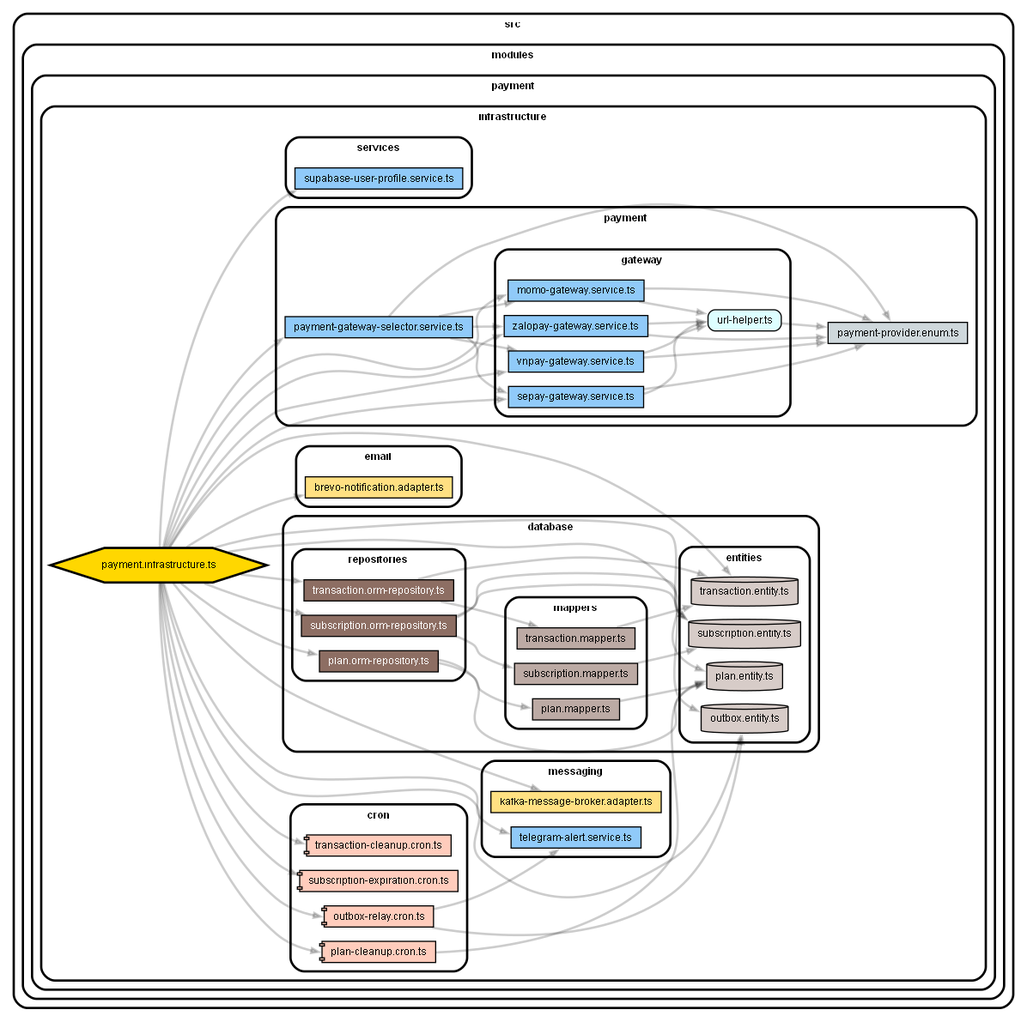
The Graphviz diagram docs/pictures/architecture-infrastructure.png in 20206205Tech/code-payment-service, before a commit. Its source is kept beside it as docs/pictures/architecture-infrastructure.dot.
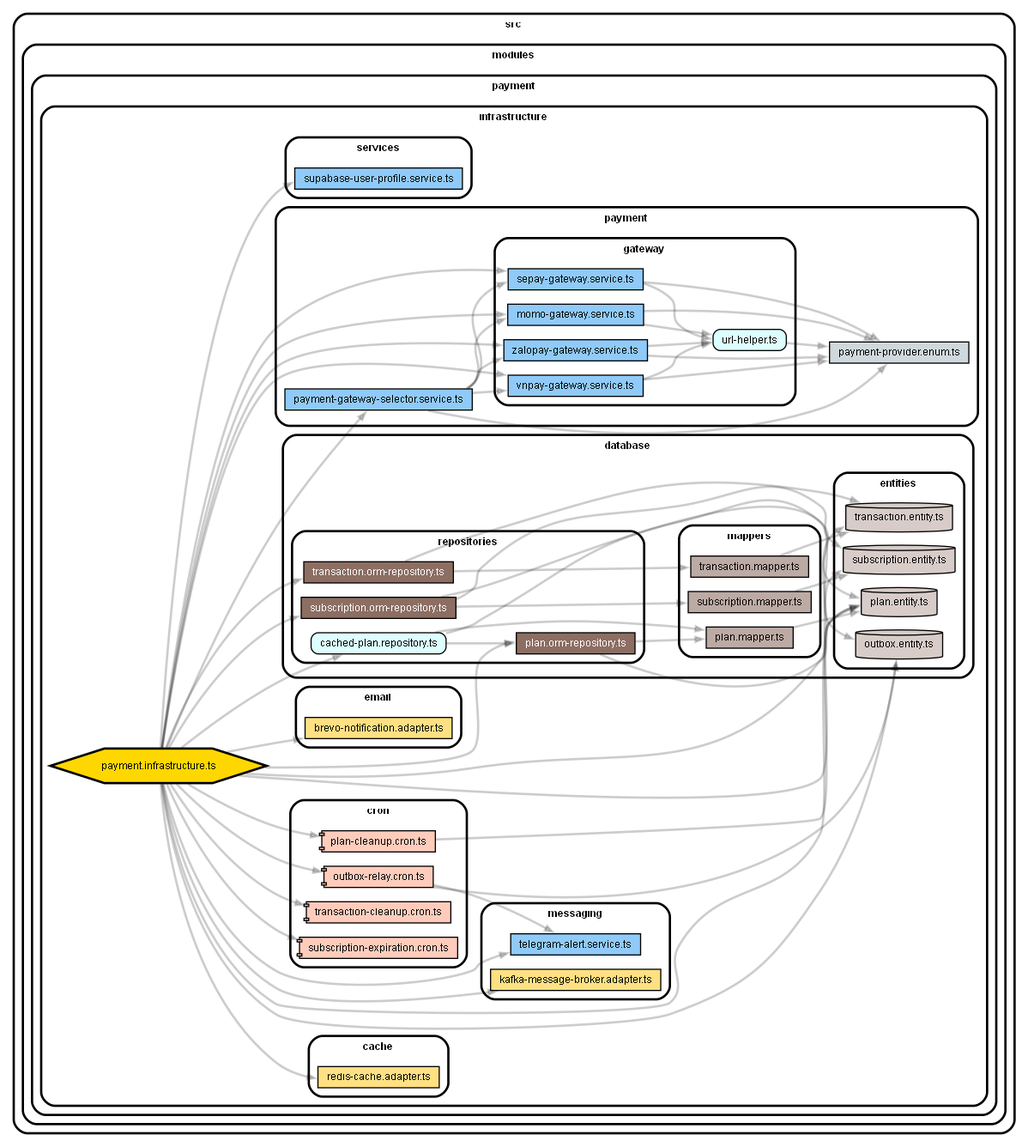
After the change.

What changed in the source:
```diff
@@ -3,6 +3,7 @@
     node [shape="box" style="rounded, filled" height="0.2" color="black" fillcolor="#ffffcc" fontcolor="black" fontname="Helvetica" fontsize="9"]
     edge [arrowhead="normal" arrowsize="0.6" penwidth="2.0" color="#00000033" fontname="Helvetica" fontsize="9"]
 
+    subgraph "cluster_src" {label="src" subgraph "cluster_src/modules" {label="modules" subgraph "cluster_src/modules/payment" {label="payment" subgraph "cluster_src/modules/payment/infrastructure" {label="infrastructure" subgraph "cluster_src/modules/payment/infrastructure/cache" {label="cache" "src/modules/payment/infrastructure/cache/redis-cache.adapter.ts" [label=<redis-cache.adapter.ts> tooltip="redis-cache.adapter.ts" URL="src/modules/payment/infrastructure/cache/redis-cache.adapter.ts" fillcolor="#ffe082" style="filled"] } } } } }
     subgraph "cluster_src" {label="src" subgraph "cluster_src/modules" {label="modules" subgraph "cluster_src/modules/payment" {label="payment" subgraph "cluster_src/modules/payment/infrastructure" {label="infrastructure" subgraph "cluster_src/modules/payment/infrastructure/cron" {label="cron" "src/modules/payment/infrastructure/cron/outbox-relay.cron.ts" [label=<outbox-relay.cron.ts> tooltip="outbox-relay.cron.ts" URL="src/modules/payment/infrastructure/cron/outbox-relay.cron.ts" fillcolor="#ffccbc" style="filled" shape="component"] } } } } }
     "src/modules/payment/infrastructure/cron/outbox-relay.cron.ts" -> "src/modules/payment/infrastructure/database/entities/outbox.entity.ts"
     "src/modules/payment/infrastructure/cron/outbox-relay.cron.ts" -> "src/modules/payment/infrastructure/messaging/telegram-alert.service.ts"
@@ -20,6 +21,10 @@
     "src/modules/payment/infrastructure/database/mappers/subscription.mapper.ts" -> "src/modules/payment/infrastructure/database/entities/subscription.entity.ts"
     subgraph "cluster_src" {label="src" subgraph "cluster_src/modules" {label="modules" subgraph "cluster_src/modules/payment" {label="payment" subgraph "cluster_src/modules/payment/infrastructure" {label="infrastructure" subgraph "cluster_src/modules/payment/infrastructure/database" {label="database" subgraph "cluster_src/modules/payment/infrastructure/database/mappers" {label="mappers" "src/modules/payment/infrastructure/database/mappers/transaction.mapper.ts" [label=<transaction.mapper.ts> tooltip="transaction.mapper.ts" URL="src/modules/payment/infrastructure/database/mappers/transaction.mapper.ts" fillcolor="#bcaaa4" style="filled"] } } } } } }
     "src/modules/payment/infrastructure/database/mappers/transaction.mapper.ts" -> "src/modules/payment/infrastructure/database/entities/transaction.entity.ts"
+    subgraph "cluster_src" {label="src" subgraph "cluster_src/modules" {label="modules" subgraph "cluster_src/modules/payment" {label="payment" subgraph "cluster_src/modules/payment/infrastructure" {label="infrastructure" subgraph "cluster_src/modules/payment/infrastructure/database" {label="database" subgraph "cluster_src/modules/payment/infrastructure/database/repositories" {label="repositories" "src/modules/payment/infrastructure/database/repositories/cached-plan.repository.ts" [label=<cached-plan.repository.ts> tooltip="cached-plan.repository.ts" URL="src/modules/payment/infrastructure/database/repositories/cached-plan.repository.ts" fillcolor="#ddfeff"] } } } } } }
+    "src/modules/payment/infrastructure/database/repositories/cached-plan.repository.ts" -> "src/modules/payment/infrastructure/database/entities/plan.entity.ts"
+    "src/modules/payment/infrastructure/database/repositories/cached-plan.repository.ts" -> "src/modules/payment/infrastructure/database/mappers/plan.mapper.ts"
+    "src/modules/payment/infrastructure/database/repositories/cached-plan.repository.ts" -> "src/modules/payment/infrastructure/database/repositories/plan.orm-repository.ts"
     subgraph "cluster_src" {label="src" subgraph "cluster_src/modules" {label="modules" subgraph "cluster_src/modules/payment" {label="payment" subgraph "cluster_src/modules/payment/infrastructure" {label="infrastructure" subgraph "cluster_src/modules/payment/infrastructure/database" {label="database" subgraph "cluster_src/modules/payment/infrastructure/database/repositories" {label="repositories" "src/modules/payment/infrastructure/database/repositories/plan.orm-repository.ts" [label=<plan.orm-repository.ts> tooltip="plan.orm-repository.ts" URL="src/modules/payment/infrastructure/database/repositories/plan.orm-repository.ts" fillcolor="#8d6e63" style="filled" fontcolor="white"] } } } } } }
     "src/modules/payment/infrastructure/database/repositories/plan.orm-repository.ts" -> "src/modules/payment/infrastructure/database/entities/plan.entity.ts"
     "src/modules/payment/infrastructure/database/repositories/plan.orm-repository.ts" -> "src/modules/payment/infrastructure/database/mappers/plan.mapper.ts"
@@ -34,6 +39,7 @@
     subgraph "cluster_src" {label="src" subgraph "cluster_src/modules" {label="modules" subgraph "cluster_src/modules/payment" {label="payment" subgraph "cluster_src/modules/payment/infrastructure" {label="infrastructure" subgraph "cluster_src/modules/payment/infrastructure/messaging" {label="messaging" "src/modules/payment/infrastructure/messaging/kafka-message-broker.adapter.ts" [label=<kafka-message-broker.adapter.ts> tooltip="kafka-message-broker.adapter.ts" URL="src/modules/payment/infrastructure/messaging/kafka-message-broker.adapter.ts" fillcolor="#ffe082" style="filled"] } } } } }
     subgraph "cluster_src" {label="src" subgraph "cluster_src/modules" {label="modules" subgraph "cluster_src/modules/payment" {label="payment" subgraph "cluster_src/modules/payment/infrastructure" {label="infrastructure" subgraph "cluster_src/modules/payment/infrastructure/messaging" {label="messaging" "src/modules/payment/infrastructure/messaging/telegram-alert.service.ts" [label=<telegram-alert.service.ts> tooltip="telegram-alert.service.ts" URL="src/modules/payment/infrastructure/messaging/telegram-alert.service.ts" fillcolor="#90caf9" style="filled"] } } } } }
     subgraph "cluster_src" {label="src" subgraph "cluster_src/modules" {label="modules" subgraph "cluster_src/modules/payment" {label="payment" subgraph "cluster_src/modules/payment/infrastructure" {label="infrastructure" "src/modules/payment/infrastructure/payment.infrastructure.ts" [label=<payment.infrastructure.ts> tooltip="payment.infrastructure.ts" URL="src/modules/payment/infrastructure/payment.infrastructure.ts" fillcolor="#ffd700" style="filled" shape="hexagon" penwidth="2"] } } } }
+    "src/modules/payment/infrastructure/payment.infrastructure.ts" -> "src/modules/payment/infrastructure/cache/redis-cache.adapter.ts"
     "src/modules/payment/infrastructure/payment.infrastructure.ts" -> "src/modules/payment/infrastructure/cron/outbox-relay.cron.ts"
     "src/modules/payment/infrastructure/payment.infrastructure.ts" -> "src/modules/payment/infrastructure/cron/plan-cleanup.cron.ts"
     "src/modules/payment/infrastructure/payment.infrastructure.ts" -> "src/modules/payment/infrastructure/cron/subscription-expiration.cron.ts"
@@ -42,6 +48,7 @@
     "src/modules/payment/infrastructure/payment.infrastructure.ts" -> "src/modules/payment/infrastructure/database/entities/plan.entity.ts"
     "src/modules/payment/infrastructure/payment.infrastructure.ts" -> "src/modules/payment/infrastructure/database/entities/subscription.entity.ts"
     "src/modules/payment/infrastructure/payment.infrastructure.ts" -> "src/modules/payment/infrastructure/database/entities/transaction.entity.ts"
+    "src/modules/payment/infrastructure/payment.infrastructure.ts" -> "src/modules/payment/infrastructure/database/repositories/cached-plan.repository.ts"
     "src/modules/payment/infrastructure/payment.infrastructure.ts" -> "src/modules/payment/infrastructure/database/repositories/plan.orm-repository.ts"
     "src/modules/payment/infrastructure/payment.infrastructure.ts" -> "src/modules/payment/infrastructure/database/repositories/subscription.orm-repository.ts"
     "src/modules/payment/infrastructure/payment.infrastructure.ts" -> "src/modules/payment/infrastructure/database/repositories/transaction.orm-repository.ts"
```
